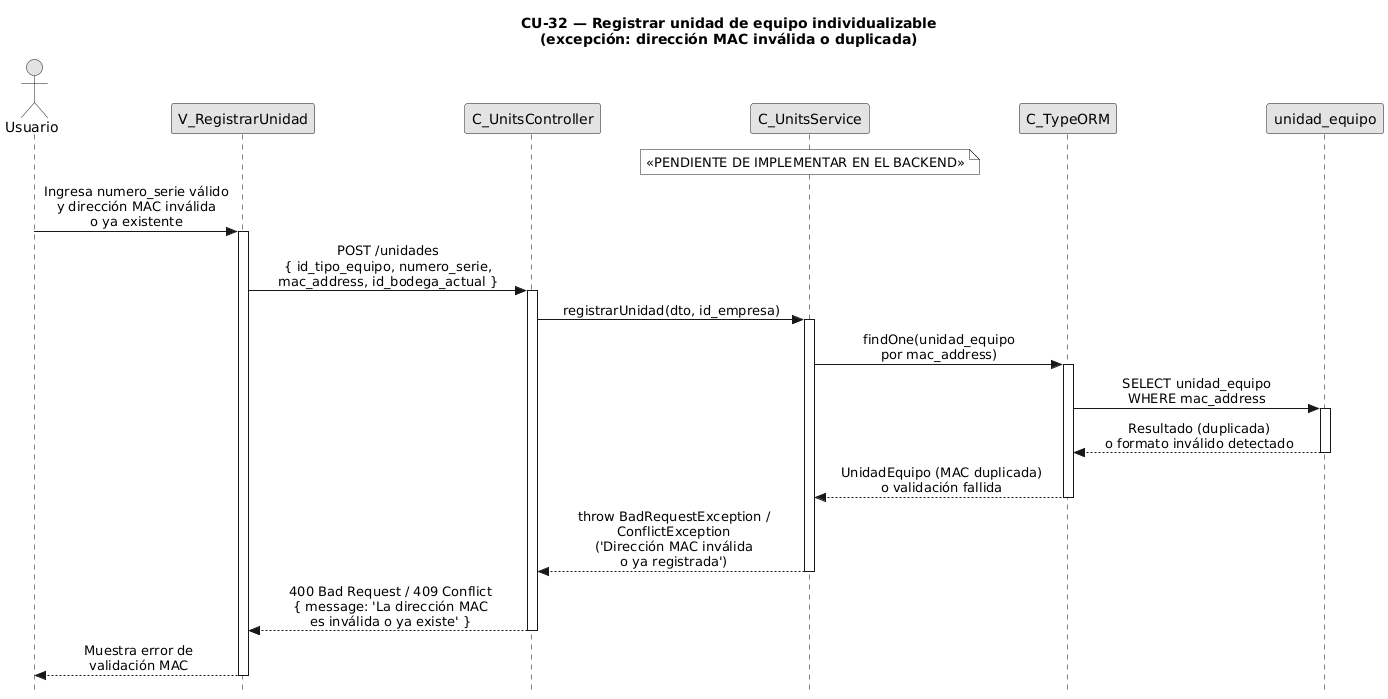
Above: diagramas-secuencia/CU32/CU32-exc-mac-invalida.png in FSM-Finet-y-Cable-Magico/Team_1-Inventario-y-Bodega (PlantUML), before the change. The source it was exported from:
```plantuml
@startuml CU32-exc-mac-invalida
title CU-32 — Registrar unidad de equipo individualizable\n(excepción: dirección MAC inválida o duplicada)

skinparam style strictuml
skinparam monochrome true
skinparam shadowing false
skinparam sequenceMessageAlign center
skinparam ParticipantPadding 70
skinparam ActorPadding 30
skinparam sequence {
  MessageAlign center
  LifeLineBorderColor black
}
hide footbox

actor "Usuario" as user
participant "V_RegistrarUnidad" as view
participant "C_UnitsController" as ctrl
participant "C_UnitsService" as svc
participant "C_TypeORM" as orm
participant "unidad_equipo" as uent

note over svc : «PENDIENTE DE IMPLEMENTAR EN EL BACKEND»

user -> view : Ingresa numero_serie válido\ny dirección MAC inválida\no ya existente
activate view

view -> ctrl : POST /unidades\n{ id_tipo_equipo, numero_serie,\nmac_address, id_bodega_actual }
activate ctrl

ctrl -> svc : registrarUnidad(dto, id_empresa)
activate svc

svc -> orm : findOne(unidad_equipo\npor mac_address)
activate orm

orm -> uent : SELECT unidad_equipo\nWHERE mac_address
activate uent
uent --> orm : Resultado (duplicada)\no formato inválido detectado
deactivate uent

orm --> svc : UnidadEquipo (MAC duplicada)\no validación fallida
deactivate orm

svc --> ctrl : throw BadRequestException /\nConflictException\n('Dirección MAC inválida\no ya registrada')
deactivate svc

ctrl --> view : 400 Bad Request / 409 Conflict\n{ message: 'La dirección MAC\nes inválida o ya existe' }
deactivate ctrl

view --> user : Muestra error de\nvalidación MAC
deactivate view

@enduml
```
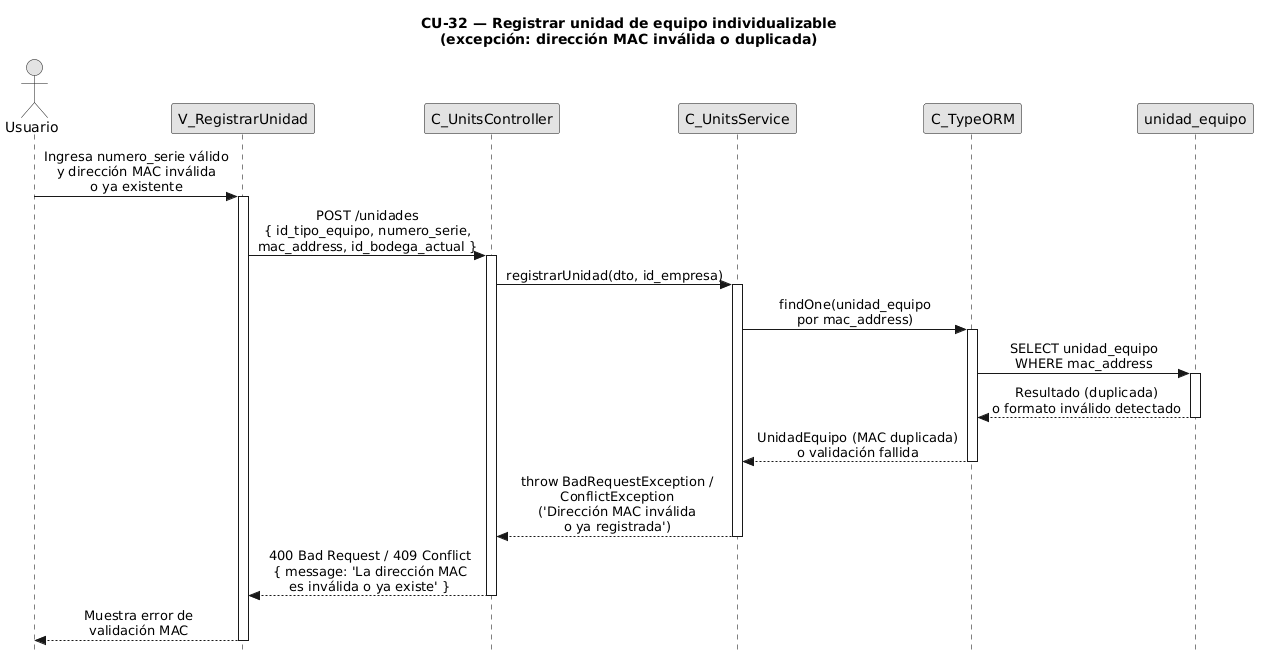
Above is the later version.

The edit, as a diff of the source:
```diff
@@ -1,12 +1,10 @@
-@startuml CU32-exc-mac-invalida
+@startuml
 title CU-32 — Registrar unidad de equipo individualizable\n(excepción: dirección MAC inválida o duplicada)
 
 skinparam style strictuml
 skinparam monochrome true
 skinparam shadowing false
 skinparam sequenceMessageAlign center
-skinparam ParticipantPadding 70
-skinparam ActorPadding 30
 skinparam sequence {
   MessageAlign center
   LifeLineBorderColor black
@@ -19,8 +17,6 @@
 participant "C_UnitsService" as svc
 participant "C_TypeORM" as orm
 participant "unidad_equipo" as uent
-
-note over svc : «PENDIENTE DE IMPLEMENTAR EN EL BACKEND»
 
 user -> view : Ingresa numero_serie válido\ny dirección MAC inválida\no ya existente
 activate view
@@ -50,5 +46,4 @@
 
 view --> user : Muestra error de\nvalidación MAC
 deactivate view
-
 @enduml
```
